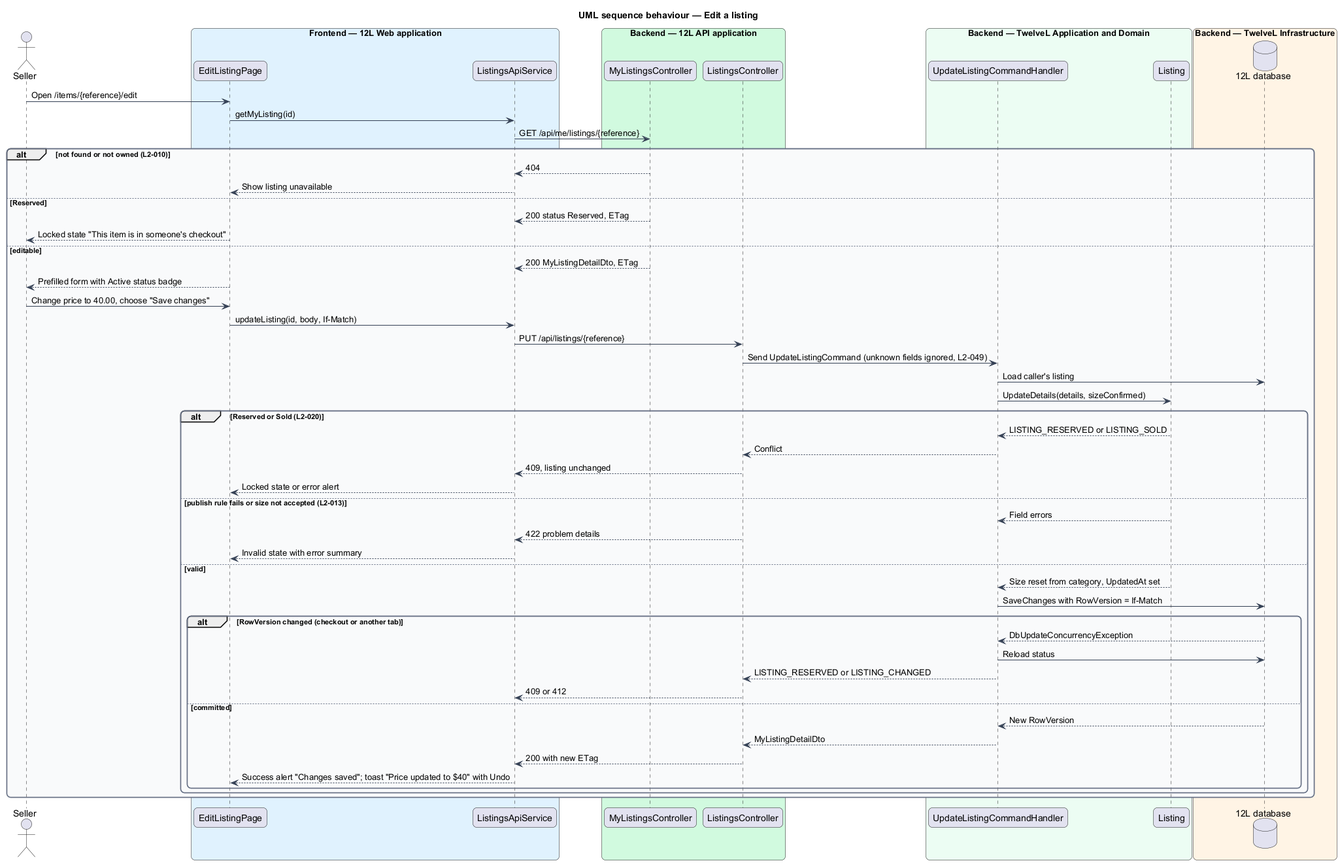
The PlantUML diagram docs/detailed-designs/listings/edit-and-withdraw-listing/diagrams/sequence-edit-listing.png in QuinntyneBrown/12l, before a commit. Source of this version:
```plantuml
@startuml
title UML sequence behaviour — Edit a listing
skinparam backgroundColor #FFFFFF
skinparam shadowing false
skinparam roundcorner 12
skinparam defaultFontName Arial
skinparam ArrowColor #344054
skinparam rectangle {
  BorderColor #344054
  FontColor #101828
}
skinparam package {
  BorderColor #667085
  FontColor #101828
  BackgroundColor #F9FAFB
}
actor "Seller" as actor
box "Frontend — 12L Web application" #E0F2FE
  participant "EditListingPage" as page
  participant "ListingsApiService" as client
end box
box "Backend — 12L API application" #D1FADF
  participant "MyListingsController" as myctrl
  participant "ListingsController" as controller
end box
box "Backend — TwelveL Application and Domain" #ECFDF3
  participant "UpdateListingCommandHandler" as handler
  participant "Listing" as entity
end box
box "Backend — TwelveL Infrastructure" #FFF4E5
  database "12L database" as db
end box
actor -> page : Open /items/{reference}/edit
page -> client : getMyListing(id)
client -> myctrl : GET /api/me/listings/{reference}
alt not found or not owned (L2-010)
  myctrl --> client : 404
  client --> page : Show listing unavailable
else Reserved
  myctrl --> client : 200 status Reserved, ETag
  page --> actor : Locked state "This item is in someone's checkout"
else editable
  myctrl --> client : 200 MyListingDetailDto, ETag
  page --> actor : Prefilled form with Active status badge
  actor -> page : Change price to 40.00, choose "Save changes"
  page -> client : updateListing(id, body, If-Match)
  client -> controller : PUT /api/listings/{reference}
  controller -> handler : Send UpdateListingCommand (unknown fields ignored, L2-049)
  handler -> db : Load caller's listing
  handler -> entity : UpdateDetails(details, sizeConfirmed)
  alt Reserved or Sold (L2-020)
    entity --> handler : LISTING_RESERVED or LISTING_SOLD
    handler --> controller : Conflict
    controller --> client : 409, listing unchanged
    client --> page : Locked state or error alert
  else publish rule fails or size not accepted (L2-013)
    entity --> handler : Field errors
    controller --> client : 422 problem details
    client --> page : Invalid state with error summary
  else valid
    entity --> handler : Size reset from category, UpdatedAt set
    handler -> db : SaveChanges with RowVersion = If-Match
    alt RowVersion changed (checkout or another tab)
      db --> handler : DbUpdateConcurrencyException
      handler -> db : Reload status
      handler --> controller : LISTING_RESERVED or LISTING_CHANGED
      controller --> client : 409 or 412
    else committed
      db --> handler : New RowVersion
      handler --> controller : MyListingDetailDto
      controller --> client : 200 with new ETag
      client --> page : Success alert "Changes saved"; toast "Price updated to $40" with Undo
    end
  end
end
@enduml
```
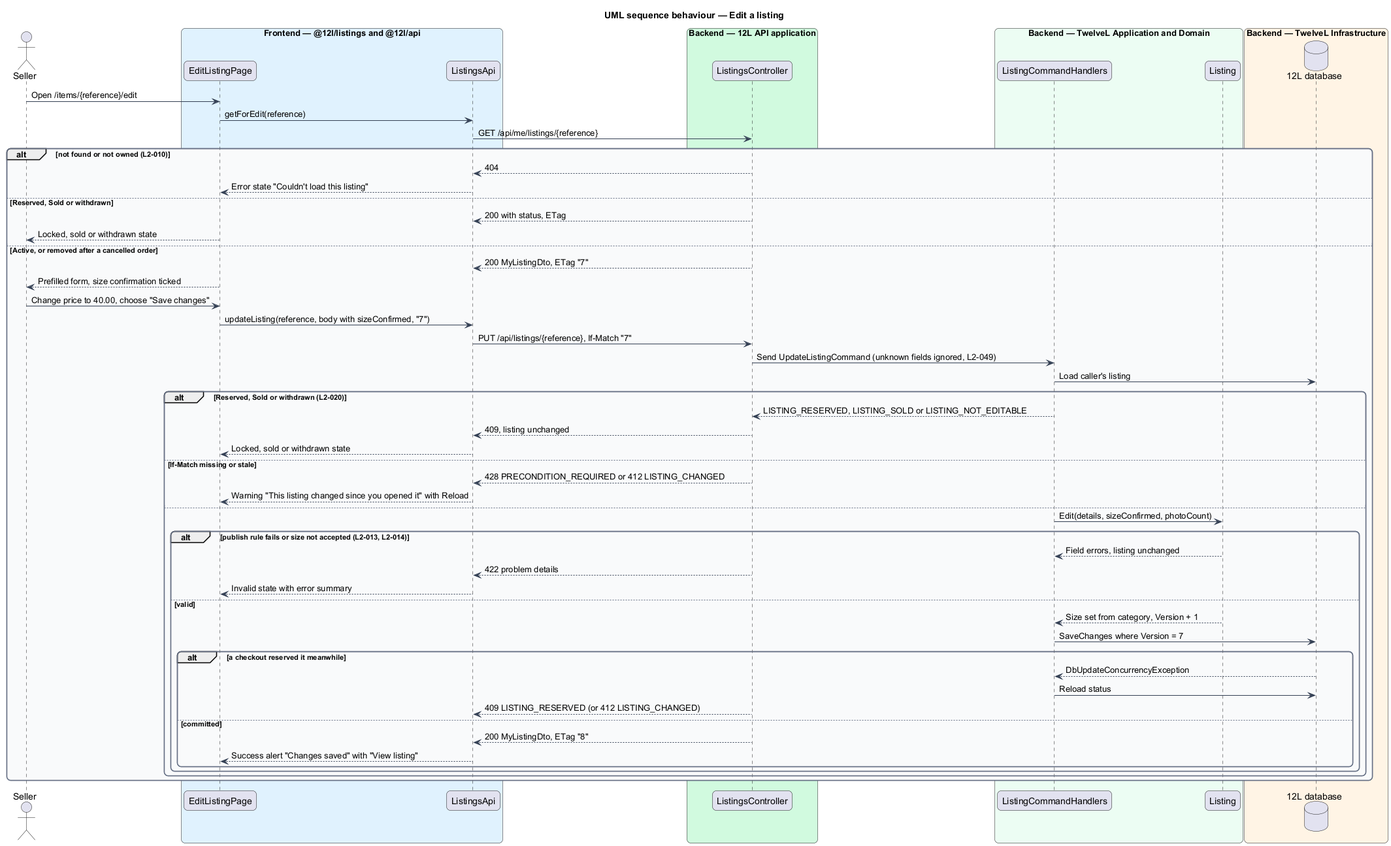
After the commit.

What changed in the source:
```diff
@@ -15,61 +15,61 @@
   BackgroundColor #F9FAFB
 }
 actor "Seller" as actor
-box "Frontend — 12L Web application" #E0F2FE
+box "Frontend — @12l/listings and @12l/api" #E0F2FE
   participant "EditListingPage" as page
-  participant "ListingsApiService" as client
+  participant "ListingsApi" as client
 end box
 box "Backend — 12L API application" #D1FADF
-  participant "MyListingsController" as myctrl
   participant "ListingsController" as controller
 end box
 box "Backend — TwelveL Application and Domain" #ECFDF3
-  participant "UpdateListingCommandHandler" as handler
+  participant "ListingCommandHandlers" as handler
   participant "Listing" as entity
 end box
 box "Backend — TwelveL Infrastructure" #FFF4E5
   database "12L database" as db
 end box
 actor -> page : Open /items/{reference}/edit
-page -> client : getMyListing(id)
-client -> myctrl : GET /api/me/listings/{reference}
+page -> client : getForEdit(reference)
+client -> controller : GET /api/me/listings/{reference}
 alt not found or not owned (L2-010)
-  myctrl --> client : 404
-  client --> page : Show listing unavailable
-else Reserved
-  myctrl --> client : 200 status Reserved, ETag
-  page --> actor : Locked state "This item is in someone's checkout"
-else editable
-  myctrl --> client : 200 MyListingDetailDto, ETag
-  page --> actor : Prefilled form with Active status badge
+  controller --> client : 404
+  client --> page : Error state "Couldn't load this listing"
+else Reserved, Sold or withdrawn
+  controller --> client : 200 with status, ETag
+  page --> actor : Locked, sold or withdrawn state
+else Active, or removed after a cancelled order
+  controller --> client : 200 MyListingDto, ETag "7"
+  page --> actor : Prefilled form, size confirmation ticked
   actor -> page : Change price to 40.00, choose "Save changes"
-  page -> client : updateListing(id, body, If-Match)
-  client -> controller : PUT /api/listings/{reference}
+  page -> client : updateListing(reference, body with sizeConfirmed, "7")
+  client -> controller : PUT /api/listings/{reference}, If-Match "7"
   controller -> handler : Send UpdateListingCommand (unknown fields ignored, L2-049)
   handler -> db : Load caller's listing
-  handler -> entity : UpdateDetails(details, sizeConfirmed)
-  alt Reserved or Sold (L2-020)
-    entity --> handler : LISTING_RESERVED or LISTING_SOLD
-    handler --> controller : Conflict
+  alt Reserved, Sold or withdrawn (L2-020)
+    handler --> controller : LISTING_RESERVED, LISTING_SOLD or LISTING_NOT_EDITABLE
     controller --> client : 409, listing unchanged
-    client --> page : Locked state or error alert
-  else publish rule fails or size not accepted (L2-013)
-    entity --> handler : Field errors
-    controller --> client : 422 problem details
-    client --> page : Invalid state with error summary
-  else valid
-    entity --> handler : Size reset from category, UpdatedAt set
-    handler -> db : SaveChanges with RowVersion = If-Match
-    alt RowVersion changed (checkout or another tab)
-      db --> handler : DbUpdateConcurrencyException
-      handler -> db : Reload status
-      handler --> controller : LISTING_RESERVED or LISTING_CHANGED
-      controller --> client : 409 or 412
-    else committed
-      db --> handler : New RowVersion
-      handler --> controller : MyListingDetailDto
-      controller --> client : 200 with new ETag
-      client --> page : Success alert "Changes saved"; toast "Price updated to $40" with Undo
+    client --> page : Locked, sold or withdrawn state
+  else If-Match missing or stale
+    controller --> client : 428 PRECONDITION_REQUIRED or 412 LISTING_CHANGED
+    client --> page : Warning "This listing changed since you opened it" with Reload
+  else
+    handler -> entity : Edit(details, sizeConfirmed, photoCount)
+    alt publish rule fails or size not accepted (L2-013, L2-014)
+      entity --> handler : Field errors, listing unchanged
+      controller --> client : 422 problem details
+      client --> page : Invalid state with error summary
+    else valid
+      entity --> handler : Size set from category, Version + 1
+      handler -> db : SaveChanges where Version = 7
+      alt a checkout reserved it meanwhile
+        db --> handler : DbUpdateConcurrencyException
+        handler -> db : Reload status
+        controller --> client : 409 LISTING_RESERVED (or 412 LISTING_CHANGED)
+      else committed
+        controller --> client : 200 MyListingDto, ETag "8"
+        client --> page : Success alert "Changes saved" with "View listing"
+      end
     end
   end
 end
```
